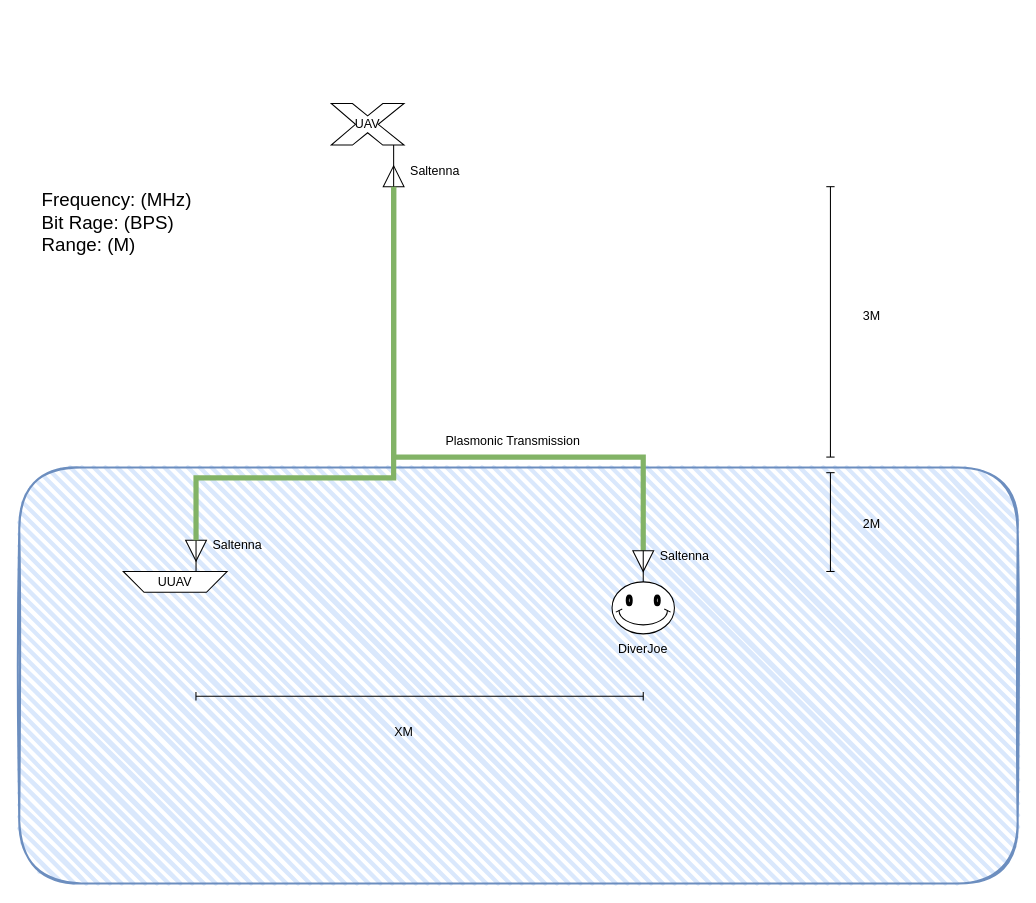
msaltenna/mike-sundius-pages keeps this draw.io diagram as applied-minds-arch.drawio. Above is the earlier version. Source tidied: cells renumbered, new cells numbered last; positions are measured from the earlier drawing's top-left corner, leaving out a move shared by most shapes. Both pictures are drawn from the tidied source at 104%, with x=0, y=0 at pixel (19, 103).
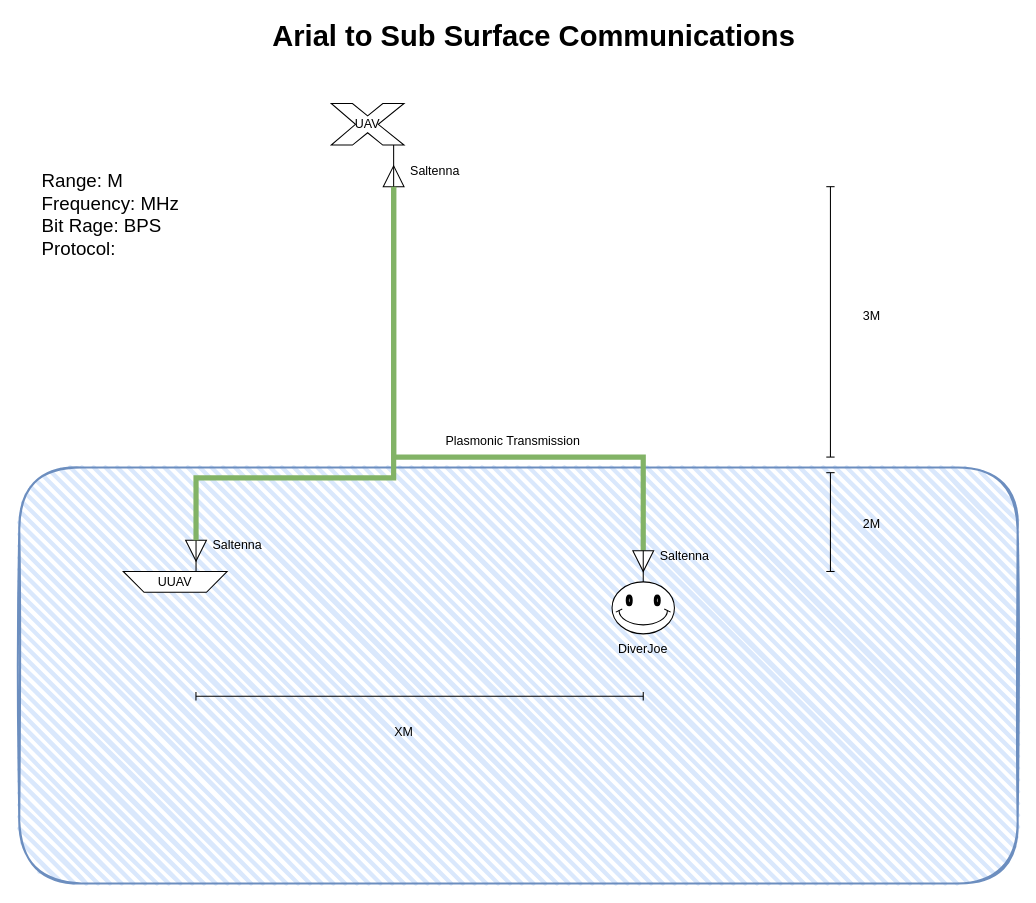
The same page after the edit.

Diff of the diagram source:
```diff
@@
-    <mxCell id="30" value="&lt;font style=&quot;font-size: 18px;&quot;&gt;Frequency: (MHz)&lt;/font&gt;&lt;div&gt;&lt;font style=&quot;font-size: 18px;&quot;&gt;Bit Rage: (BPS)&lt;/font&gt;&lt;/div&gt;&lt;div&gt;&lt;font style=&quot;font-size: 18px;&quot;&gt;Range: (M)&lt;/font&gt;&lt;/div&gt;" style="text;strokeColor=none;align=left;fillColor=none;html=1;verticalAlign=middle;whiteSpace=wrap;rounded=0;" parent="1" vertex="1">
+    <mxCell id="30" value="&lt;font style=&quot;font-size: 18px;&quot;&gt;Range: M&lt;/font&gt;&lt;div&gt;&lt;font style=&quot;font-size: 18px;&quot;&gt;Frequency: MHz&lt;/font&gt;&lt;div&gt;&lt;font style=&quot;font-size: 18px;&quot;&gt;Bit Rage: BPS&lt;/font&gt;&lt;/div&gt;&lt;div&gt;&lt;font style=&quot;font-size: 18px;&quot;&gt;Protocol:&lt;/font&gt;&lt;/div&gt;&lt;div&gt;&lt;br&gt;&lt;/div&gt;&lt;/div&gt;" style="text;strokeColor=none;align=left;fillColor=none;html=1;verticalAlign=middle;whiteSpace=wrap;rounded=0;" parent="1" vertex="1">
       <mxGeometry x="20" y="70" width="150" height="90" as="geometry" />
     </mxCell>
+    <mxCell id="31" value="&lt;font style=&quot;font-size: 28px;&quot;&gt;&lt;b&gt;Arial to Sub Surface Communications&lt;/b&gt;&lt;/font&gt;" style="text;strokeColor=none;align=center;fillColor=none;html=1;verticalAlign=middle;whiteSpace=wrap;rounded=0;" parent="1" vertex="1">
+      <mxGeometry x="180" y="-80" width="630" height="30" as="geometry" />
+    </mxCell>
```
